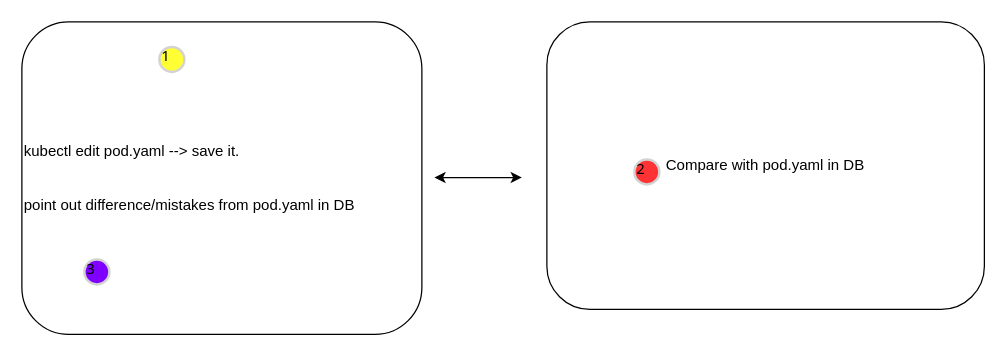
This is page "Edit_3" (4 of 5) of topkuber.drawio from gonchigars/awesome-startup-credits, a draw.io file, before an edit. Source tidied: cells renumbered, new cells numbered last; positions are measured from the earlier drawing's top-left corner, leaving out a move shared by most shapes. Both pictures are drawn from the tidied source at 125%, with x=0, y=0 at pixel (21, 21).
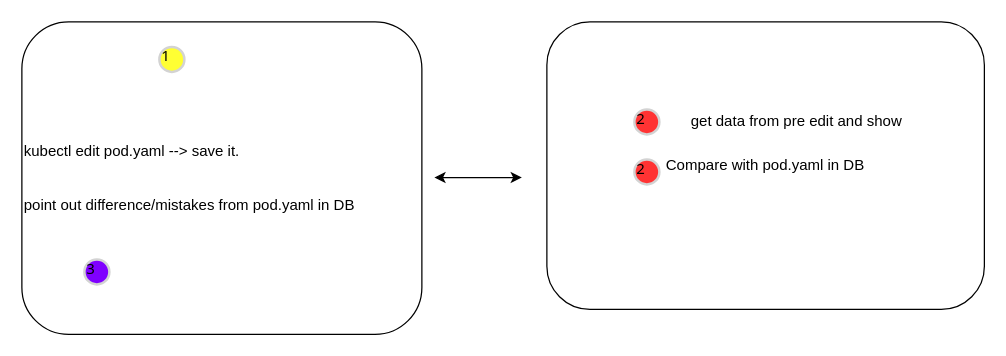
Above is the later version.

Change to the diagram source:
```diff
@@
 <mxGraphModel>
   <root>
     <mxCell id="0" />
     <mxCell id="1" parent="0" />
     <mxCell id="2" value="kubectl edit pod.yaml --&amp;gt; save it.&lt;br&gt;&lt;br&gt;&lt;br&gt;point out difference/mistakes from pod.yaml in DB" style="rounded=1;whiteSpace=wrap;html=1;align=left;" parent="1" vertex="1">
       <mxGeometry width="320" height="250" as="geometry" />
     </mxCell>
     <mxCell id="3" value="Compare with pod.yaml in DB" style="rounded=1;whiteSpace=wrap;html=1;" parent="1" vertex="1">
       <mxGeometry x="420" width="350" height="230" as="geometry" />
     </mxCell>
     <mxCell id="4" style="endArrow=classic;startArrow=classic;html=1;rounded=0;" parent="1" edge="1">
       <mxGeometry relative="1" as="geometry">
         <mxPoint x="330" y="124.5" as="sourcePoint" />
         <mxPoint x="400" y="124.5" as="targetPoint" />
       </mxGeometry>
     </mxCell>
     <mxCell id="5" value="1" style="ellipse;whiteSpace=wrap;html=1;strokeWidth=2;fontFamily=Tahoma;spacingBottom=4;spacingRight=2;strokeColor=#d3d3d3;align=left;fillColor=#FFFF33;" parent="1" vertex="1">
       <mxGeometry x="110" y="20" width="20" height="20" as="geometry" />
     </mxCell>
     <mxCell id="6" value="2" style="ellipse;whiteSpace=wrap;html=1;strokeWidth=2;fontFamily=Tahoma;spacingBottom=4;spacingRight=2;strokeColor=#d3d3d3;align=left;fillColor=#FF3333;" parent="1" vertex="1">
       <mxGeometry x="490" y="110" width="20" height="20" as="geometry" />
     </mxCell>
     <mxCell id="7" value="3" style="ellipse;whiteSpace=wrap;html=1;strokeWidth=2;fontFamily=Tahoma;spacingBottom=4;spacingRight=2;strokeColor=#d3d3d3;align=left;fillColor=#7F00FF;" parent="1" vertex="1">
       <mxGeometry x="50" y="190" width="20" height="20" as="geometry" />
     </mxCell>
+    <mxCell id="8" value="2" style="ellipse;whiteSpace=wrap;html=1;strokeWidth=2;fontFamily=Tahoma;spacingBottom=4;spacingRight=2;strokeColor=#d3d3d3;align=left;fillColor=#FF3333;" parent="1" vertex="1">
+      <mxGeometry x="490" y="70" width="20" height="20" as="geometry" />
+    </mxCell>
+    <mxCell id="9" value="get data from pre edit and show" style="text;html=1;strokeColor=none;fillColor=none;align=center;verticalAlign=middle;whiteSpace=wrap;rounded=0;" parent="1" vertex="1">
+      <mxGeometry x="520" y="65" width="200" height="30" as="geometry" />
+    </mxCell>
   </root>
 </mxGraphModel>
```
